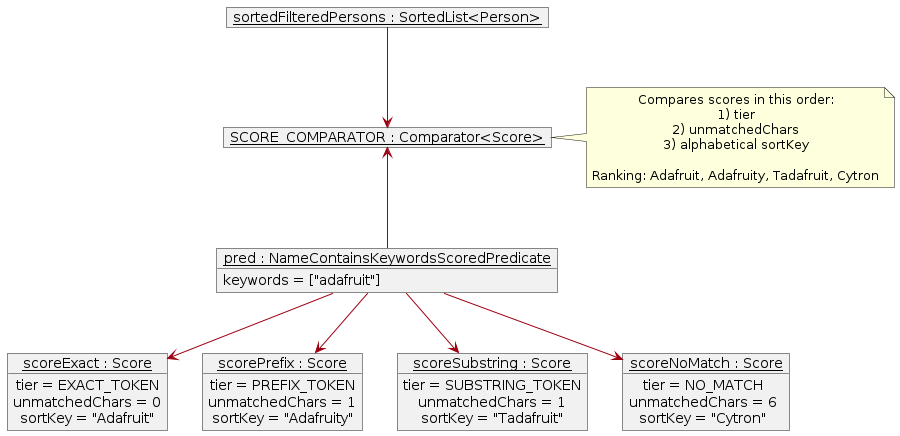
The PlantUML diagram diagrams/BetterSearchObject.png in jolenechong/tp, before a commit. Its source is kept beside it as diagrams/BetterSearchObject.puml. The source it was exported from:
```plantuml
@startuml
!include style.puml
skinparam ClassBorderColor MODEL_COLOR
skinparam ClassBackgroundColor MODEL_COLOR_T1
skinparam ArrowColor MODEL_COLOR
show members
hide empty members

object "__pred : NameContainsKeywordsScoredPredicate__" as pred {
  keywords = ["adafruit"]
}

object "__scoreExact : Score__" as scoreExact {
  tier = EXACT_TOKEN
  unmatchedChars = 0
  sortKey = "Adafruit"
}

object "__scorePrefix : Score__" as scorePrefix {
  tier = PREFIX_TOKEN
  unmatchedChars = 1
  sortKey = "Adafruity"
}

object "__scoreSubstring : Score__" as scoreSubstring {
  tier = SUBSTRING_TOKEN
  unmatchedChars = 1
  sortKey = "Tadafruit"
}

object "__scoreNoMatch : Score__" as scoreNoMatch {
  tier = NO_MATCH
  unmatchedChars = 6
  sortKey = "Cytron"
}

object "__sortedFilteredPersons : SortedList<Person>__" as ranked {
}

object "__SCORE_COMPARATOR : Comparator<Score>__" as scoreComp {
}

pred --> scoreExact
pred --> scorePrefix
pred --> scoreSubstring
pred --> scoreNoMatch
pred -up-> scoreComp

ranked -down-> scoreComp

note right of scoreComp
Compares scores in this order:
1) tier
2) unmatchedChars
3) alphabetical sortKey

Ranking: Adafruit, Adafruity, Tadafruit, Cytron
end note

@enduml
```
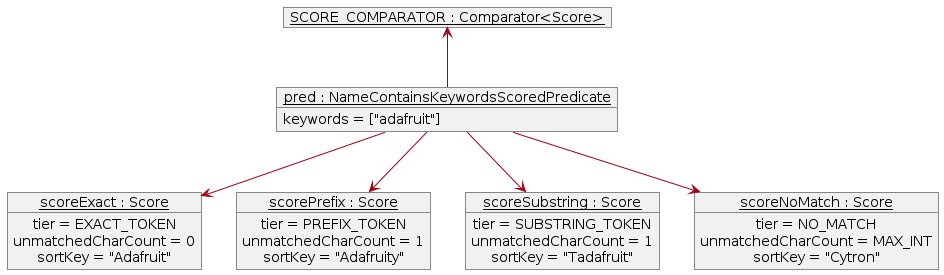
The same diagram one commit later.

What changed in the source:
```diff
@@ -12,29 +12,26 @@
 
 object "__scoreExact : Score__" as scoreExact {
   tier = EXACT_TOKEN
-  unmatchedChars = 0
+  unmatchedCharCount = 0
   sortKey = "Adafruit"
 }
 
 object "__scorePrefix : Score__" as scorePrefix {
   tier = PREFIX_TOKEN
-  unmatchedChars = 1
+  unmatchedCharCount = 1
   sortKey = "Adafruity"
 }
 
 object "__scoreSubstring : Score__" as scoreSubstring {
   tier = SUBSTRING_TOKEN
-  unmatchedChars = 1
+  unmatchedCharCount = 1
   sortKey = "Tadafruit"
 }
 
 object "__scoreNoMatch : Score__" as scoreNoMatch {
   tier = NO_MATCH
-  unmatchedChars = 6
+  unmatchedCharCount = MAX_INT
   sortKey = "Cytron"
-}
-
-object "__sortedFilteredPersons : SortedList<Person>__" as ranked {
 }
 
 object "__SCORE_COMPARATOR : Comparator<Score>__" as scoreComp {
@@ -46,15 +43,4 @@
 pred --> scoreNoMatch
 pred -up-> scoreComp
 
-ranked -down-> scoreComp
-
-note right of scoreComp
-Compares scores in this order:
-1) tier
-2) unmatchedChars
-3) alphabetical sortKey
-
-Ranking: Adafruit, Adafruity, Tadafruit, Cytron
-end note
-
 @enduml
```
